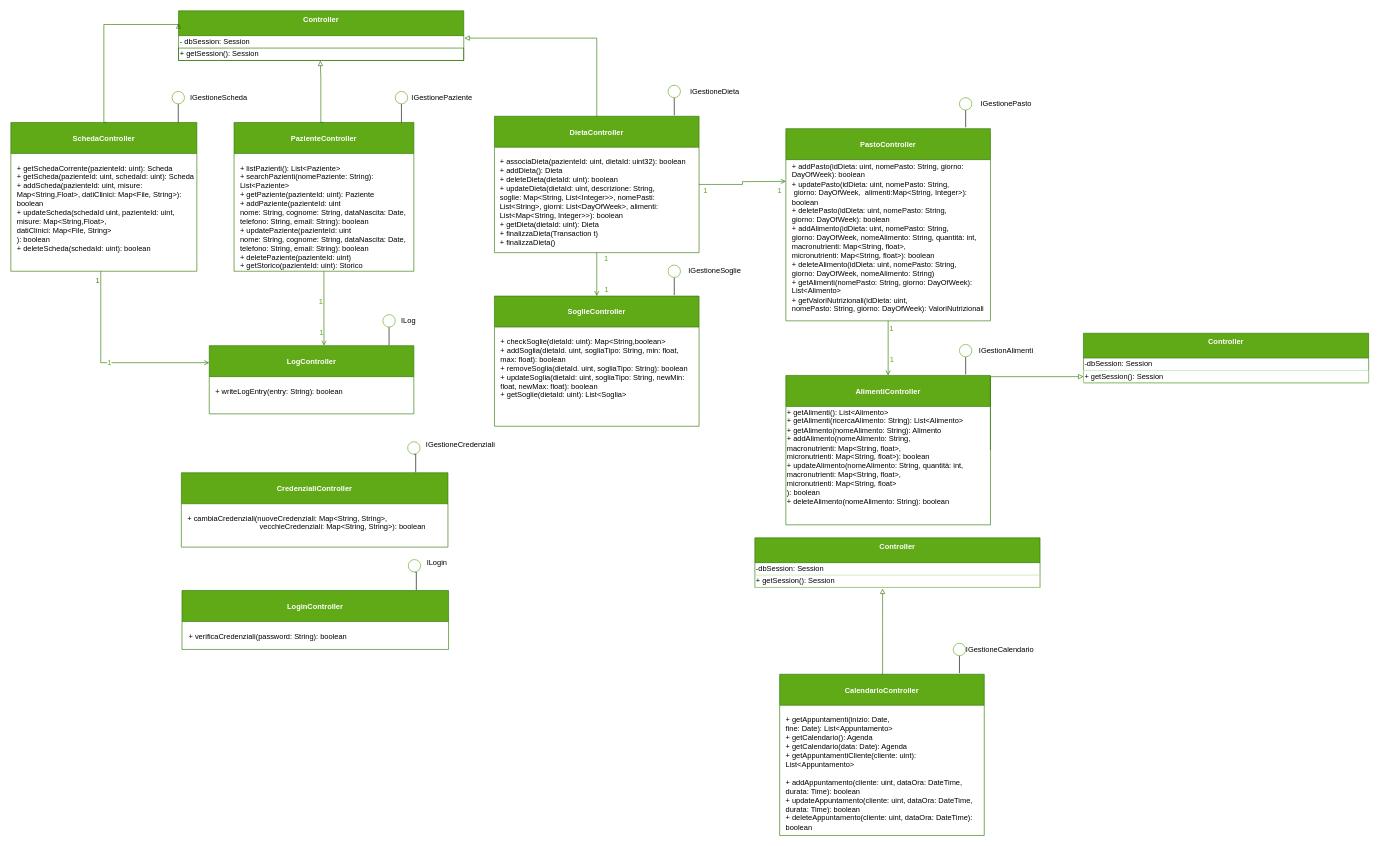
Earlier version of the draw.io diagram UML/UML_controller.drawio (DeborohNoah/IngSoft). Source tidied: cells renumbered, new cells numbered last; positions are measured from the earlier drawing's top-left corner, leaving out a move shared by most shapes. Both pictures are drawn from the tidied source at 62%, with x=0, y=0 at pixel (11, 11).
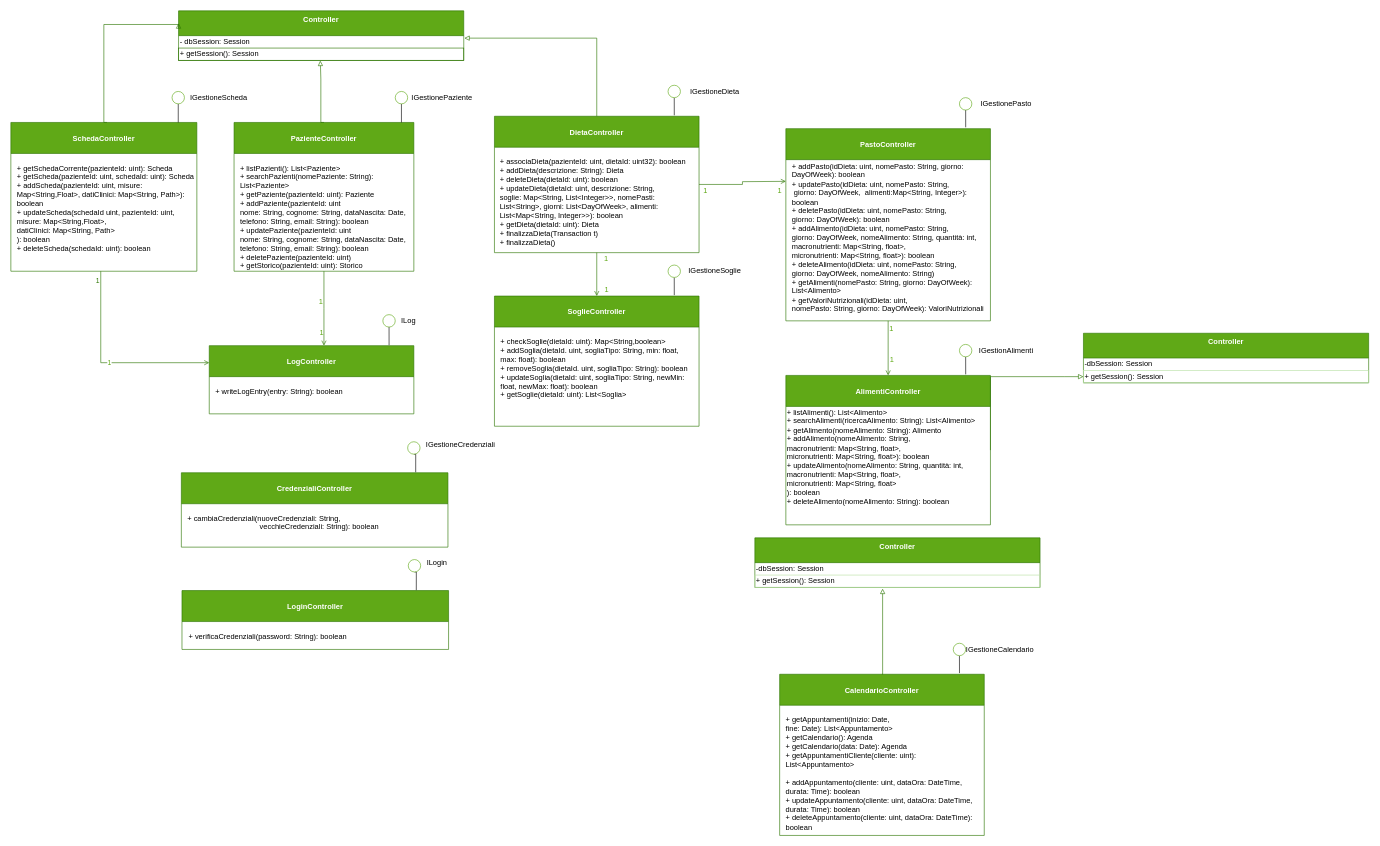
After the change.

Commit message (it also covers changes not shown here):
revisione interfacce

Unchanged cells that the change refers to:
```xml
<mxCell id="6" value="DietaController" style="swimlane;startSize=50;fillColor=#60a917;strokeColor=#2D7600;fontColor=#ffffff;" parent="5" vertex="1">
  <mxGeometry y="50" width="330" height="220" as="geometry" />
</mxCell>
<mxCell id="30" value="AlimentiController" style="swimlane;startSize=50;fillColor=#60a917;strokeColor=#2D7600;fontColor=#ffffff;" parent="29" vertex="1">
  <mxGeometry y="50" width="330" height="241" as="geometry" />
</mxCell>
<mxCell id="50" value="CredenzialiController" style="swimlane;startSize=50;fillColor=#60a917;strokeColor=#2D7600;fontColor=#ffffff;" parent="49" vertex="1">
  <mxGeometry x="-85" y="55" width="430" height="120" as="geometry" />
</mxCell>
<mxCell id="77" value="SchedaController" style="swimlane;startSize=50;fillColor=#60a917;strokeColor=#2D7600;fontColor=#ffffff;" parent="76" vertex="1">
  <mxGeometry y="50" width="300" height="240" as="geometry" />
</mxCell>
```

Change to the diagram source:
```diff
@@
-    <mxCell id="7" value="+ associaDieta(pazienteId: uint, dietaId: uint32): boolean&lt;br&gt;+ addDieta(): Dieta&lt;br&gt;+ deleteDieta(dietaId: uint): boolean&lt;br&gt;&lt;div&gt;+ updateDieta(dietaId: uint, descrizione: String,&amp;nbsp;&lt;/div&gt;&lt;div&gt;soglie: Map&amp;lt;String, List&amp;lt;Integer&amp;gt;&amp;gt;, nomePasti: List&amp;lt;String&amp;gt;, giorni: List&amp;lt;DayOfWeek&amp;gt;, alimenti: List&amp;lt;Map&amp;lt;String, Integer&amp;gt;&amp;gt;): boolean&lt;/div&gt;&lt;div&gt;+ getDieta(dietaId: uint): Dieta&lt;br&gt;&lt;/div&gt;&lt;div&gt;+ finalizzaDieta(Transaction t)&lt;/div&gt;&lt;div&gt;+ finalizzaDieta()&lt;/div&gt;" style="text;whiteSpace=wrap;html=1;" parent="6" vertex="1">
+    <mxCell id="7" value="+ associaDieta(pazienteId: uint, dietaId: uint32): boolean&lt;br&gt;+ addDieta(descrizione: String): Dieta&lt;br&gt;+ deleteDieta(dietaId: uint): boolean&lt;br&gt;&lt;div&gt;+ updateDieta(dietaId: uint, descrizione: String,&amp;nbsp;&lt;/div&gt;&lt;div&gt;soglie: Map&amp;lt;String, List&amp;lt;Integer&amp;gt;&amp;gt;, nomePasti: List&amp;lt;String&amp;gt;, giorni: List&amp;lt;DayOfWeek&amp;gt;, alimenti: List&amp;lt;Map&amp;lt;String, Integer&amp;gt;&amp;gt;): boolean&lt;/div&gt;&lt;div&gt;+ getDieta(dietaId: uint): Dieta&lt;br&gt;&lt;/div&gt;&lt;div&gt;+ finalizzaDieta(Transaction t)&lt;/div&gt;&lt;div&gt;+ finalizzaDieta()&lt;/div&gt;" style="text;whiteSpace=wrap;html=1;" parent="6" vertex="1">
       <mxGeometry x="7" y="60" width="312" height="30" as="geometry" />
     </mxCell>
@@
-    <mxCell id="31" value="+ getAlimenti(): List&amp;lt;Alimento&amp;gt;&lt;br style=&quot;padding: 0px; margin: 0px;&quot;&gt;+ getAlimenti(ricercaAlimento: String): List&amp;lt;Alimento&amp;gt;&lt;br style=&quot;padding: 0px; margin: 0px;&quot;&gt;+ getAlimento(nomeAlimento: String): Alimento&lt;br style=&quot;padding: 0px; margin: 0px;&quot;&gt;+ addAlimento(nomeAlimento: String,&lt;br&gt;macronutrienti: Map&amp;lt;String, float&amp;gt;, &lt;br&gt;micronutrienti: Map&amp;lt;String, float&amp;gt;): boolean&lt;br style=&quot;padding: 0px; margin: 0px;&quot;&gt;+ updateAlimento(nomeAlimento: String, quantità: int,&lt;br&gt;macronutrienti: Map&amp;lt;String, float&amp;gt;,&lt;br&gt;micronutrienti: Map&amp;lt;String, float&amp;gt;&lt;br&gt;): boolean&lt;br style=&quot;padding: 0px; margin: 0px;&quot;&gt;+ deleteAlimento(nomeAlimento: String): boolean&lt;div style=&quot;padding: 0px; margin: 0px;&quot;&gt;&lt;br style=&quot;padding: 0px; margin: 0px;&quot;&gt;&lt;/div&gt;&lt;div style=&quot;padding: 0px; margin: 0px;&quot;&gt;&lt;br style=&quot;padding: 0px; margin: 0px;&quot;&gt;&lt;/div&gt;" style="text;html=1;align=left;verticalAlign=middle;strokeColor=none;fillColor=none;" parent="30" vertex="1">
-      <mxGeometry y="51" width="300" height="190" as="geometry" />
+    <mxCell id="31" value="+ listAlimenti(): List&amp;lt;Alimento&amp;gt;&lt;br style=&quot;padding: 0px; margin: 0px;&quot;&gt;+ searchAlimenti(ricercaAlimento: String): List&amp;lt;Alimento&amp;gt;&lt;br style=&quot;padding: 0px; margin: 0px;&quot;&gt;+ getAlimento(nomeAlimento: String): Alimento&lt;br style=&quot;padding: 0px; margin: 0px;&quot;&gt;+ addAlimento(nomeAlimento: String,&lt;br&gt;macronutrienti: Map&amp;lt;String, float&amp;gt;, &lt;br&gt;micronutrienti: Map&amp;lt;String, float&amp;gt;): boolean&lt;br style=&quot;padding: 0px; margin: 0px;&quot;&gt;+ updateAlimento(nomeAlimento: String, quantità: int,&lt;br&gt;macronutrienti: Map&amp;lt;String, float&amp;gt;,&lt;br&gt;micronutrienti: Map&amp;lt;String, float&amp;gt;&lt;br&gt;): boolean&lt;br style=&quot;padding: 0px; margin: 0px;&quot;&gt;+ deleteAlimento(nomeAlimento: String): boolean&lt;div style=&quot;padding: 0px; margin: 0px;&quot;&gt;&lt;br style=&quot;padding: 0px; margin: 0px;&quot;&gt;&lt;/div&gt;&lt;div style=&quot;padding: 0px; margin: 0px;&quot;&gt;&lt;br style=&quot;padding: 0px; margin: 0px;&quot;&gt;&lt;/div&gt;" style="text;html=1;align=left;verticalAlign=middle;strokeColor=none;fillColor=none;" parent="30" vertex="1">
+      <mxGeometry y="51" width="320" height="190" as="geometry" />
     </mxCell>
@@
-    <mxCell id="51" value="&lt;span style=&quot;&quot;&gt;+ cambiaCredenziali(nuoveCredenziali: Map&amp;lt;String, String&amp;gt;,&lt;/span&gt;&lt;br style=&quot;padding: 0px; margin: 0px;&quot;&gt;&lt;span style=&quot;&quot;&gt;&amp;nbsp;&amp;nbsp;&amp;nbsp;&amp;nbsp;&amp;nbsp;&amp;nbsp;&amp;nbsp;&amp;nbsp;&amp;nbsp;&amp;nbsp;&amp;nbsp;&amp;nbsp;&amp;nbsp;&amp;nbsp;&amp;nbsp;&amp;nbsp;&amp;nbsp;&amp;nbsp;&amp;nbsp;&amp;nbsp;&amp;nbsp;&amp;nbsp;&amp;nbsp;&amp;nbsp;&amp;nbsp;&amp;nbsp;&amp;nbsp;&amp;nbsp;&amp;nbsp;&amp;nbsp;&amp;nbsp;&amp;nbsp;&amp;nbsp;&amp;nbsp;&amp;nbsp;vecchieCredenziali: Map&amp;lt;String, String&amp;gt;): boolean&lt;/span&gt;" style="text;whiteSpace=wrap;html=1;" parent="50" vertex="1">
+    <mxCell id="51" value="&lt;span style=&quot;&quot;&gt;+ cambiaCredenziali(nuoveCredenziali: String,&lt;/span&gt;&lt;br style=&quot;padding: 0px; margin: 0px;&quot;&gt;&lt;span style=&quot;&quot;&gt;&amp;nbsp;&amp;nbsp;&amp;nbsp;&amp;nbsp;&amp;nbsp;&amp;nbsp;&amp;nbsp;&amp;nbsp;&amp;nbsp;&amp;nbsp;&amp;nbsp;&amp;nbsp;&amp;nbsp;&amp;nbsp;&amp;nbsp;&amp;nbsp;&amp;nbsp;&amp;nbsp;&amp;nbsp;&amp;nbsp;&amp;nbsp;&amp;nbsp;&amp;nbsp;&amp;nbsp;&amp;nbsp;&amp;nbsp;&amp;nbsp;&amp;nbsp;&amp;nbsp;&amp;nbsp;&amp;nbsp;&amp;nbsp;&amp;nbsp;&amp;nbsp;&amp;nbsp;vecchieCredenziali: String): boolean&lt;/span&gt;" style="text;whiteSpace=wrap;html=1;" parent="50" vertex="1">
       <mxGeometry x="8" y="60" width="422" height="110" as="geometry" />
     </mxCell>
@@
-    <mxCell id="78" value="&lt;div&gt;+ getSchedaCorrente(pazienteId: uint): Scheda&lt;/div&gt;&lt;div&gt;+ getScheda(pazienteId: uint, schedaId: uint): Scheda&lt;br&gt;+ addScheda(pazienteId: uint, misure: Map&amp;lt;String,Float&amp;gt;, datiClinici: Map&amp;lt;File, String&amp;gt;): boolean&lt;br&gt;+ updateScheda(schedaId uint, pazienteId: uint,&amp;nbsp;&lt;/div&gt;misure: Map&amp;lt;String,Float&amp;gt;, &lt;br&gt;datiClinici: Map&amp;lt;File, String&amp;gt;&lt;div&gt;&lt;span style=&quot;background-color: initial;&quot;&gt;): boolean&lt;/span&gt;&lt;/div&gt;&lt;div&gt;+ deleteScheda(schedaId: uint): boolean&lt;br&gt;&lt;/div&gt;&lt;div&gt;&lt;br&gt;&lt;/div&gt;" style="text;whiteSpace=wrap;html=1;" parent="77" vertex="1">
+    <mxCell id="78" value="&lt;div&gt;&lt;div&gt;+ getSchedaCorrente(pazienteId: uint): Scheda&lt;/div&gt;&lt;div&gt;+ getScheda(pazienteId: uint, schedaId: uint): Scheda&lt;br&gt;+ addScheda(pazienteId: uint, misure: Map&amp;lt;String,Float&amp;gt;, datiClinici: Map&amp;lt;String, Path&amp;gt;): boolean&lt;br&gt;+ updateScheda(schedaId uint, pazienteId: uint,&amp;nbsp;&lt;/div&gt;misure: Map&amp;lt;String,Float&amp;gt;,&lt;br&gt;datiClinici: Map&amp;lt;String, Path&amp;gt;&lt;div&gt;&lt;span style=&quot;background-color: initial;&quot;&gt;): boolean&lt;/span&gt;&lt;/div&gt;&lt;div&gt;+ deleteScheda(schedaId: uint): boolean&lt;br&gt;&lt;/div&gt;&lt;div&gt;&lt;br&gt;&lt;/div&gt;&lt;/div&gt;" style="text;whiteSpace=wrap;html=1;" parent="77" vertex="1">
       <mxGeometry x="8" y="60" width="290" height="30" as="geometry" />
     </mxCell>
```
